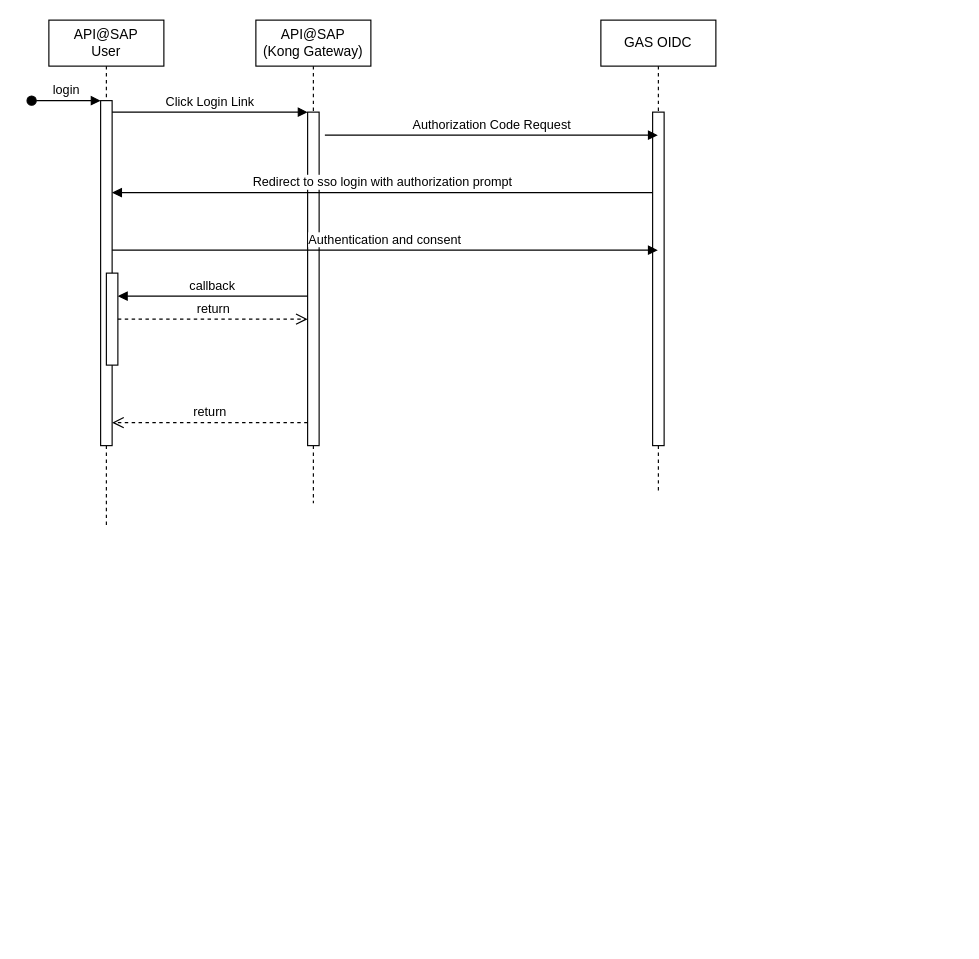
Before: Untitled Diagram.drawio in kameshbrao/ArchiModels, a draw.io diagram. Source tidied: cells renumbered, new cells numbered last; positions are measured from the earlier drawing's top-left corner, leaving out a move shared by most shapes. Both pictures are drawn from the tidied source at 115%, with x=0, y=0 at pixel (31, 20).
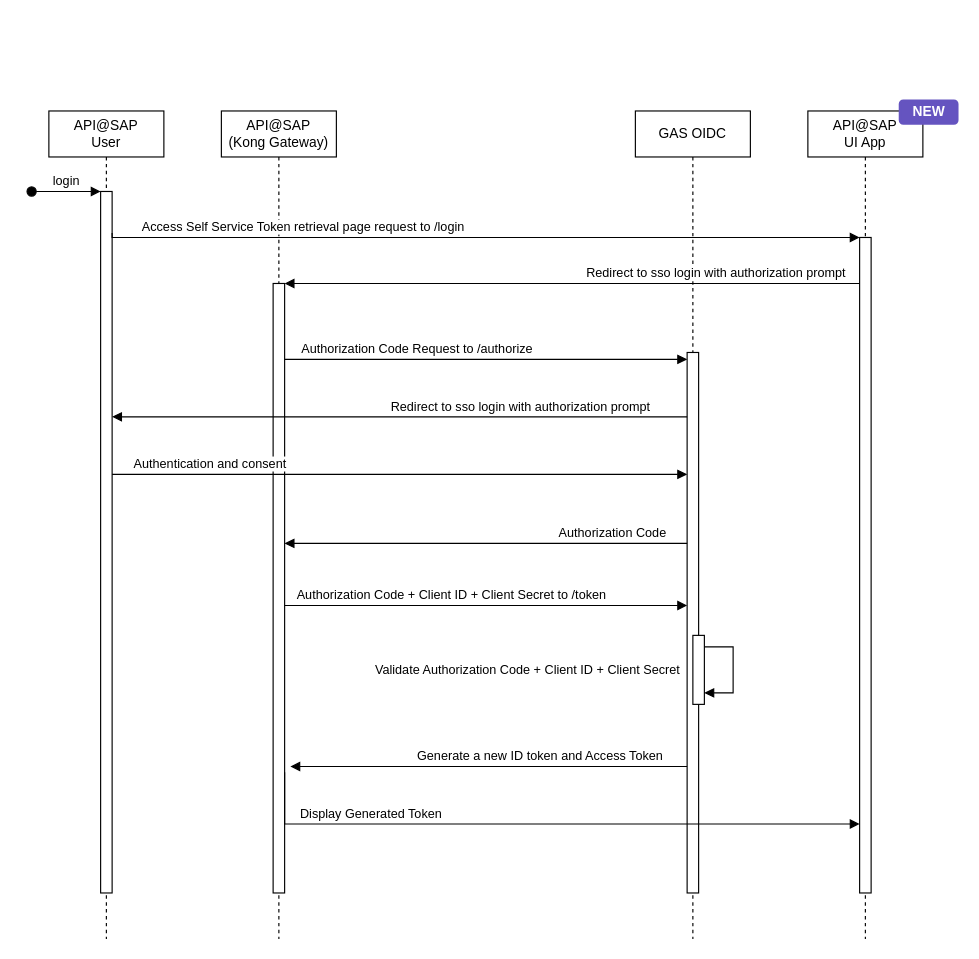
The same page after the edit.

Diff of the diagram source:
```diff
@@
     <mxCell id="2" value="API@SAP &lt;br&gt;User" style="shape=umlLifeline;perimeter=lifelinePerimeter;whiteSpace=wrap;html=1;newEdgeStyle={&quot;edgeStyle&quot;:&quot;elbowEdgeStyle&quot;,&quot;elbow&quot;:&quot;vertical&quot;,&quot;curved&quot;:0,&quot;rounded&quot;:0};" parent="1" vertex="1">
-      <mxGeometry x="15" width="100" height="440" as="geometry" />
+      <mxGeometry x="15" y="79" width="100" height="720" as="geometry" />
     </mxCell>
     <mxCell id="3" style="html=1;points=[];perimeter=orthogonalPerimeter;outlineConnect=0;targetShapes=umlLifeline;portConstraint=eastwest;newEdgeStyle={&quot;edgeStyle&quot;:&quot;elbowEdgeStyle&quot;,&quot;elbow&quot;:&quot;vertical&quot;,&quot;curved&quot;:0,&quot;rounded&quot;:0};" parent="2" vertex="1">
-      <mxGeometry x="45" y="70" width="10" height="300" as="geometry" />
+      <mxGeometry x="45" y="70" width="10" height="610" as="geometry" />
     </mxCell>
@@
-    <mxCell id="5" style="html=1;points=[];perimeter=orthogonalPerimeter;outlineConnect=0;targetShapes=umlLifeline;portConstraint=eastwest;newEdgeStyle={&quot;edgeStyle&quot;:&quot;elbowEdgeStyle&quot;,&quot;elbow&quot;:&quot;vertical&quot;,&quot;curved&quot;:0,&quot;rounded&quot;:0};" parent="2" vertex="1">
-      <mxGeometry x="50" y="220" width="10" height="80" as="geometry" />
-    </mxCell>
     <mxCell id="6" value="API@SAP&lt;br&gt;(Kong Gateway)" style="shape=umlLifeline;perimeter=lifelinePerimeter;whiteSpace=wrap;html=1;newEdgeStyle={&quot;edgeStyle&quot;:&quot;elbowEdgeStyle&quot;,&quot;elbow&quot;:&quot;vertical&quot;,&quot;curved&quot;:0,&quot;rounded&quot;:0};" parent="1" vertex="1">
-      <mxGeometry x="195" width="100" height="420" as="geometry" />
+      <mxGeometry x="165" y="79" width="100" height="720" as="geometry" />
     </mxCell>
     <mxCell id="7" style="html=1;points=[];perimeter=orthogonalPerimeter;outlineConnect=0;targetShapes=umlLifeline;portConstraint=eastwest;newEdgeStyle={&quot;edgeStyle&quot;:&quot;elbowEdgeStyle&quot;,&quot;elbow&quot;:&quot;vertical&quot;,&quot;curved&quot;:0,&quot;rounded&quot;:0};" parent="6" vertex="1">
-      <mxGeometry x="45" y="80" width="10" height="290" as="geometry" />
+      <mxGeometry x="45" y="150" width="10" height="530" as="geometry" />
     </mxCell>
-    <mxCell id="8" value="Click Login Link" style="html=1;verticalAlign=bottom;endArrow=block;edgeStyle=elbowEdgeStyle;elbow=vertical;curved=0;rounded=0;" parent="1" edge="1" source="3" target="7">
-      <mxGeometry relative="1" as="geometry">
+    <mxCell id="8" value="Access Self Service Token retrieval page request to /login" style="html=1;verticalAlign=bottom;endArrow=block;edgeStyle=elbowEdgeStyle;elbow=vertical;curved=0;rounded=0;" parent="1" edge="1" target="24">
+      <mxGeometry x="-0.48" relative="1" as="geometry">
+        <mxPoint x="70" y="185" as="sourcePoint" />
         <Array as="points">
-          <mxPoint x="155" y="80" />
+          <mxPoint x="595" y="189" />
+          <mxPoint x="155" y="185" />
         </Array>
       </mxGeometry>
     </mxCell>
-    <mxCell id="9" value="return" style="html=1;verticalAlign=bottom;endArrow=open;dashed=1;endSize=8;edgeStyle=elbowEdgeStyle;elbow=vertical;curved=0;rounded=0;" parent="1" edge="1" source="7" target="3">
-      <mxGeometry relative="1" as="geometry">
-        <Array as="points">
-          <mxPoint x="195" y="350" />
-          <mxPoint x="215" y="280" />
-          <mxPoint x="165" y="240" />
-        </Array>
-      </mxGeometry>
-    </mxCell>
-    <mxCell id="10" value="callback" style="html=1;verticalAlign=bottom;endArrow=block;edgeStyle=elbowEdgeStyle;elbow=vertical;curved=0;rounded=0;" parent="1" edge="1" source="7" target="5">
-      <mxGeometry relative="1" as="geometry">
-        <Array as="points">
-          <mxPoint x="185" y="240" />
-          <mxPoint x="185" y="180" />
-          <mxPoint x="205" y="150" />
-          <mxPoint x="165" y="120" />
-        </Array>
-      </mxGeometry>
-    </mxCell>
-    <mxCell id="11" value="return" style="html=1;verticalAlign=bottom;endArrow=open;dashed=1;endSize=8;edgeStyle=elbowEdgeStyle;elbow=vertical;curved=0;rounded=0;" parent="1" edge="1" source="5" target="7">
-      <mxGeometry relative="1" as="geometry">
-        <Array as="points">
-          <mxPoint x="185" y="260" />
-          <mxPoint x="155" y="190" />
-        </Array>
-      </mxGeometry>
-    </mxCell>
     <mxCell id="12" value="GAS OIDC" style="shape=umlLifeline;perimeter=lifelinePerimeter;whiteSpace=wrap;html=1;outlineConnect=0;portConstraint=eastwest;newEdgeStyle={&quot;edgeStyle&quot;:&quot;elbowEdgeStyle&quot;,&quot;elbow&quot;:&quot;vertical&quot;,&quot;curved&quot;:0,&quot;rounded&quot;:0};" parent="1" vertex="1">
-      <mxGeometry x="495" width="100" height="410" as="geometry" />
+      <mxGeometry x="525" y="79" width="100" height="720" as="geometry" />
     </mxCell>
     <mxCell id="13" style="html=1;points=[];perimeter=orthogonalPerimeter;outlineConnect=0;targetShapes=umlLifeline;portConstraint=eastwest;newEdgeStyle={&quot;edgeStyle&quot;:&quot;elbowEdgeStyle&quot;,&quot;elbow&quot;:&quot;vertical&quot;,&quot;curved&quot;:0,&quot;rounded&quot;:0};" parent="12" vertex="1">
-      <mxGeometry x="45" y="80" width="10" height="290" as="geometry" />
+      <mxGeometry x="45" y="210" width="10" height="470" as="geometry" />
     </mxCell>
+    <mxCell id="17" style="html=1;points=[];perimeter=orthogonalPerimeter;outlineConnect=0;targetShapes=umlLifeline;portConstraint=eastwest;newEdgeStyle={&quot;edgeStyle&quot;:&quot;elbowEdgeStyle&quot;,&quot;elbow&quot;:&quot;vertical&quot;,&quot;curved&quot;:0,&quot;rounded&quot;:0};" parent="12" vertex="1">
+      <mxGeometry x="50" y="456" width="10" height="60" as="geometry" />
+    </mxCell>
+    <mxCell id="18" value="Validate Authorization Code + Client ID + Client Secret" style="html=1;align=left;spacingLeft=2;endArrow=block;rounded=0;edgeStyle=orthogonalEdgeStyle;curved=0;rounded=0;" parent="12" edge="1" source="17" target="17">
+      <mxGeometry x="1" y="-291" relative="1" as="geometry">
+        <Array as="points">
+          <mxPoint x="85" y="466" />
+          <mxPoint x="85" y="506" />
+        </Array>
+        <mxPoint x="-290" y="271" as="offset" />
+      </mxGeometry>
+    </mxCell>
-    <mxCell id="14" value="Authorization Code Request" style="html=1;verticalAlign=bottom;endArrow=block;edgeStyle=elbowEdgeStyle;elbow=vertical;curved=0;rounded=0;" parent="1" edge="1" target="12">
-      <mxGeometry relative="1" as="geometry">
-        <mxPoint x="255" y="100" as="sourcePoint" />
+    <mxCell id="14" value="Authorization Code Request to /authorize" style="html=1;verticalAlign=bottom;endArrow=block;edgeStyle=elbowEdgeStyle;elbow=vertical;curved=0;rounded=0;" parent="1" edge="1">
+      <mxGeometry x="-0.34" relative="1" as="geometry">
+        <mxPoint x="220" y="295" as="sourcePoint" />
+        <mxPoint x="570" y="295" as="targetPoint" />
         <Array as="points">
-          <mxPoint x="340" y="100" />
+          <mxPoint x="340" y="295" />
         </Array>
       </mxGeometry>
     </mxCell>
-    <mxCell id="15" value="Redirect to sso login with authorization prompt" style="html=1;verticalAlign=bottom;endArrow=block;edgeStyle=elbowEdgeStyle;elbow=vertical;curved=0;rounded=0;" parent="1" edge="1" source="13" target="3">
-      <mxGeometry relative="1" as="geometry">
+    <mxCell id="15" value="Redirect to sso login with authorization prompt" style="html=1;verticalAlign=bottom;endArrow=block;edgeStyle=elbowEdgeStyle;elbow=vertical;curved=0;rounded=0;" parent="1" edge="1">
+      <mxGeometry x="-0.42" relative="1" as="geometry">
+        <mxPoint x="570" y="345" as="sourcePoint" />
+        <mxPoint x="70" y="345" as="targetPoint" />
         <Array as="points">
-          <mxPoint x="375" y="150" />
-          <mxPoint x="335" y="130" />
-          <mxPoint x="65" y="130" />
-          <mxPoint x="345" y="130" />
-          <mxPoint x="195" y="190" />
-          <mxPoint x="215" y="160" />
-          <mxPoint x="175" y="130" />
+          <mxPoint x="375" y="345" />
+          <mxPoint x="335" y="325" />
+          <mxPoint x="65" y="325" />
+          <mxPoint x="345" y="325" />
+          <mxPoint x="195" y="385" />
+          <mxPoint x="215" y="355" />
+          <mxPoint x="175" y="325" />
         </Array>
       </mxGeometry>
     </mxCell>
-    <mxCell id="16" value="Authentication and consent" style="html=1;verticalAlign=bottom;endArrow=block;edgeStyle=elbowEdgeStyle;elbow=vertical;curved=0;rounded=0;" parent="1" edge="1" source="3" target="12">
-      <mxGeometry relative="1" as="geometry">
+    <mxCell id="16" value="Authentication and consent" style="html=1;verticalAlign=bottom;endArrow=block;edgeStyle=elbowEdgeStyle;elbow=vertical;curved=0;rounded=0;" parent="1" edge="1">
+      <mxGeometry x="-0.66" relative="1" as="geometry">
+        <mxPoint x="70" y="395" as="sourcePoint" />
+        <mxPoint x="570" y="395" as="targetPoint" />
         <Array as="points">
-          <mxPoint x="385" y="200" />
-          <mxPoint x="165" y="190" />
+          <mxPoint x="385" y="395" />
+          <mxPoint x="165" y="385" />
         </Array>
       </mxGeometry>
     </mxCell>
+    <mxCell id="19" value="Authorization Code" style="html=1;verticalAlign=bottom;endArrow=block;edgeStyle=elbowEdgeStyle;elbow=vertical;curved=0;rounded=0;" parent="1" edge="1">
+      <mxGeometry x="-0.63" relative="1" as="geometry">
+        <mxPoint x="570" y="455" as="sourcePoint" />
+        <mxPoint x="220" y="455" as="targetPoint" />
+        <Array as="points">
+          <mxPoint x="370" y="455" />
+          <mxPoint x="330" y="435" />
+          <mxPoint x="60" y="435" />
+          <mxPoint x="340" y="435" />
+          <mxPoint x="190" y="495" />
+          <mxPoint x="210" y="465" />
+          <mxPoint x="170" y="435" />
+        </Array>
+      </mxGeometry>
+    </mxCell>
+    <mxCell id="20" value="Authorization Code + Client ID + Client Secret to /token" style="html=1;verticalAlign=bottom;endArrow=block;edgeStyle=elbowEdgeStyle;elbow=vertical;curved=0;rounded=0;" parent="1" edge="1">
+      <mxGeometry x="-0.17" relative="1" as="geometry">
+        <mxPoint x="220" y="509" as="sourcePoint" />
+        <mxPoint x="570" y="509" as="targetPoint" />
+        <Array as="points">
+          <mxPoint x="345" y="509" />
+        </Array>
+      </mxGeometry>
+    </mxCell>
+    <mxCell id="21" value="Generate a new ID token and Access Token" style="html=1;verticalAlign=bottom;endArrow=block;edgeStyle=elbowEdgeStyle;elbow=vertical;curved=0;rounded=0;" parent="1" edge="1" source="13">
+      <mxGeometry x="-0.26" relative="1" as="geometry">
+        <mxPoint x="225" y="649" as="targetPoint" />
+        <Array as="points">
+          <mxPoint x="370" y="649" />
+          <mxPoint x="330" y="629" />
+          <mxPoint x="60" y="629" />
+          <mxPoint x="340" y="629" />
+          <mxPoint x="190" y="689" />
+          <mxPoint x="210" y="659" />
+          <mxPoint x="170" y="629" />
+        </Array>
+      </mxGeometry>
+    </mxCell>
+    <mxCell id="22" value="Display Generated Token" style="html=1;verticalAlign=bottom;endArrow=block;edgeStyle=elbowEdgeStyle;elbow=vertical;curved=0;rounded=0;" parent="1" edge="1">
+      <mxGeometry x="-0.56" relative="1" as="geometry">
+        <mxPoint x="220" y="654" as="sourcePoint" />
+        <mxPoint x="720" y="699" as="targetPoint" />
+        <Array as="points">
+          <mxPoint x="425" y="699" />
+          <mxPoint x="350" y="654" />
+        </Array>
+      </mxGeometry>
+    </mxCell>
+    <mxCell id="23" value="API@SAP&lt;br&gt;UI App" style="shape=umlLifeline;perimeter=lifelinePerimeter;whiteSpace=wrap;html=1;newEdgeStyle={&quot;edgeStyle&quot;:&quot;elbowEdgeStyle&quot;,&quot;elbow&quot;:&quot;vertical&quot;,&quot;curved&quot;:0,&quot;rounded&quot;:0};" parent="1" vertex="1">
+      <mxGeometry x="675" y="79" width="100" height="720" as="geometry" />
+    </mxCell>
+    <mxCell id="24" style="html=1;points=[];perimeter=orthogonalPerimeter;outlineConnect=0;targetShapes=umlLifeline;portConstraint=eastwest;newEdgeStyle={&quot;edgeStyle&quot;:&quot;elbowEdgeStyle&quot;,&quot;elbow&quot;:&quot;vertical&quot;,&quot;curved&quot;:0,&quot;rounded&quot;:0};" parent="23" vertex="1">
+      <mxGeometry x="45" y="110" width="10" height="570" as="geometry" />
+    </mxCell>
+    <mxCell id="25" value="Redirect to sso login with authorization prompt" style="html=1;verticalAlign=bottom;endArrow=block;edgeStyle=elbowEdgeStyle;elbow=vertical;curved=0;rounded=0;" parent="1" edge="1" source="24" target="7">
+      <mxGeometry x="-0.5" relative="1" as="geometry">
+        <Array as="points">
+          <mxPoint x="520" y="229" />
+          <mxPoint x="480" y="209" />
+          <mxPoint x="210" y="209" />
+          <mxPoint x="490" y="209" />
+          <mxPoint x="340" y="269" />
+          <mxPoint x="360" y="239" />
+          <mxPoint x="320" y="209" />
+        </Array>
+      </mxGeometry>
+    </mxCell>
+    <mxCell id="26" value="NEW" style="dashed=0;html=1;rounded=1;fillColor=#6554C0;strokeColor=#6554C0;fontSize=12;align=center;fontStyle=1;strokeWidth=2;fontColor=#ffffff;" parent="1" vertex="1">
+      <mxGeometry x="755" y="70" width="50" height="20" as="geometry" />
+    </mxCell>
```
